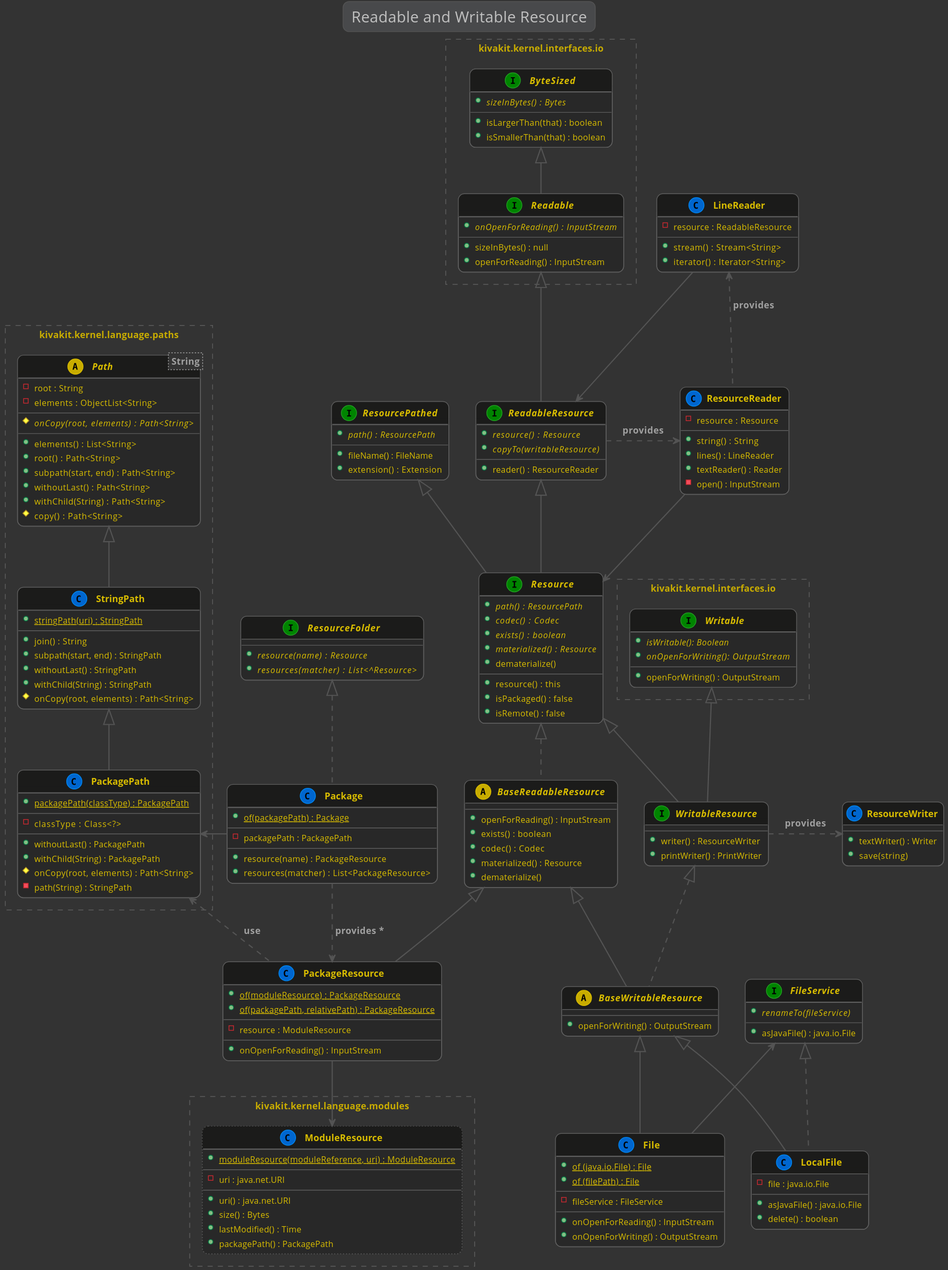
Before: documentation/uml/resource/readable-writable-resources-Readable_and_Writable_Resource.svg, a diagram exported from PlantUML (Telenav/kivakit). Its diagram source:
```plantuml
@startuml

    !include ../lexakai.theme

    title "Readable and Writable Resource"

    package kivakit.kernel.interfaces.io {
        interface ByteSized  {
            {abstract} + sizeInBytes() : Bytes
            ---
            + isLargerThan(that) : boolean
            + isSmallerThan(that) : boolean
        }

        interface Readable {
            {abstract} + onOpenForReading() : InputStream
            ---
            + sizeInBytes() : null
            + openForReading() : InputStream
        }

        Readable -up-^ ByteSized
    }

    package "kivakit.kernel.interfaces.io" as io {
        interface Writable {
            {abstract} + isWritable(): Boolean
            {abstract} + onOpenForWriting(): OutputStream
            ---
            + openForWriting() : OutputStream
        }

    }

    package kivakit.kernel.language.paths {
        abstract class Path<String> {
            - root : String
            - elements : ObjectList<String>
            ---
            {abstract} # onCopy(root, elements) : Path<String>
            ---
            + elements() : List<String>
            + root() : Path<String>
            + subpath(start, end) : Path<String>
            + withoutLast() : Path<String>
            + withChild(String) : Path<String>
            # copy() : Path<String>
        }

        class StringPath {
            {static} + stringPath(uri) : StringPath
            ---
            + join() : String
            + subpath(start, end) : StringPath
            + withoutLast() : StringPath
            + withChild(String) : StringPath
            # onCopy(root, elements) : Path<String>
        }

        class PackagePath {
            {static} + packagePath(classType) : PackagePath
            ---
            - classType : Class<?>
            ---
            + withoutLast() : PackagePath
            + withChild(String) : PackagePath
            # onCopy(root, elements) : Path<String>
            - path(String) : StringPath
        }

        StringPath -up-^ Path
        PackagePath -up-^ StringPath
    }

    package kivakit.kernel.language.modules {

        class ModuleResource ##[dotted] {
            {static} + moduleResource(moduleReference, uri) : ModuleResource
            ---
            - uri : java.net.URI
            ---
            + uri() : java.net.URI
            + size() : Bytes
            + lastModified() : Time
            + packagePath() : PackagePath
        }
    }


        interface ReadableResource {
            {abstract} + resource() : Resource
            {abstract} + copyTo(writableResource)
            ---
            + reader() : ResourceReader
        }

        interface ResourcePathed {
            {abstract} + path() : ResourcePath
            ---
            + fileName() : FileName
            + extension() : Extension
        }

        interface Resource {
            {abstract} + path() : ResourcePath
            {abstract} + codec() : Codec
            {abstract} + exists() : boolean
            {abstract} + materialized() : Resource
            + dematerialize()
            ---
            + resource() : this
            + isPackaged() : false
            + isRemote() : false
        }

        ReadableResource -up-^ Readable
        Resource -up-^ ResourcePathed
        Resource -up-^ ReadableResource

        ResourcePathed -right[hidden]- ReadableResource

        class LineReader {
            - resource : ReadableResource
            ---
            + stream() : Stream<String>
            + iterator() : Iterator<String>
        }

        class ResourceReader {
            - resource : Resource
            ---
            + string() : String
            + lines() : LineReader
            + textReader() : Reader
            - open() : InputStream
        }

        ReadableResource .right.> ResourceReader : provides
        ResourceReader .up.> LineReader : provides
        LineReader --> ReadableResource
        ResourceReader -down-> Resource
        ReadableResource .[hidden]- ResourceReader

        abstract class BaseReadableResource {
            + openForReading() : InputStream
            + exists() : boolean
            + codec() : Codec
            + materialized() : Resource
            + dematerialize()
        }

        class PackageResource {
            {static} + of(moduleResource) : PackageResource
            {static} + of(packagePath, relativePath) : PackageResource
            ---
            - resource : ModuleResource
            ---
            + onOpenForReading() : InputStream
        }

        BaseReadableResource .up.^ Resource
        PackageResource -up-^ BaseReadableResource

        interface WritableResource {
            + writer() : ResourceWriter
            + printWriter() : PrintWriter
        }

        abstract class BaseWritableResource {
            + openForWriting() : OutputStream
        }

        class ResourceWriter {
            + textWriter() : Writer
            + save(string)
        }

        WritableResource -up-^ Resource
        WritableResource -up-^ Writable
        BaseWritableResource -up-^ BaseReadableResource
        BaseWritableResource .up.^ WritableResource
        BaseReadableResource -right[hidden]- WritableResource

        WritableResource .right.> ResourceWriter : provides

        interface ResourceFolder {
            {abstract} + resource(name) : Resource
            {abstract} + resources(matcher) : List<^Resource>
        }

        class Package {
            {static} + of(packagePath) : Package
            ---
            - packagePath : PackagePath
            ---
            + resource(name) : PackageResource
            + resources(matcher) : List<PackageResource>
        }

        PackageResource .up.> PackagePath : use
        PackageResource --> ModuleResource
        Package ..> PackageResource : provides *
        Package .up.^ ResourceFolder
        Package -left-> PackagePath

        class File {
            + {static} of (java.io.File) : File
            + {static} of (filePath) : File
            ---
            - fileService : FileService
            ---
            + onOpenForReading() : InputStream
            + onOpenForWriting() : OutputStream
        }

        interface FileService {
            {abstract} + renameTo(fileService)
            ---
            + asJavaFile() : java.io.File
        }

        class LocalFile {
            - file : java.io.File
            + asJavaFile() : java.io.File
            + delete() : boolean
        }

        File -up-^ BaseWritableResource
        LocalFile .up.^ FileService
        LocalFile --[norank]^ BaseWritableResource
        File -up-> FileService
        BaseWritableResource -right[hidden]- FileService

@enduml
```
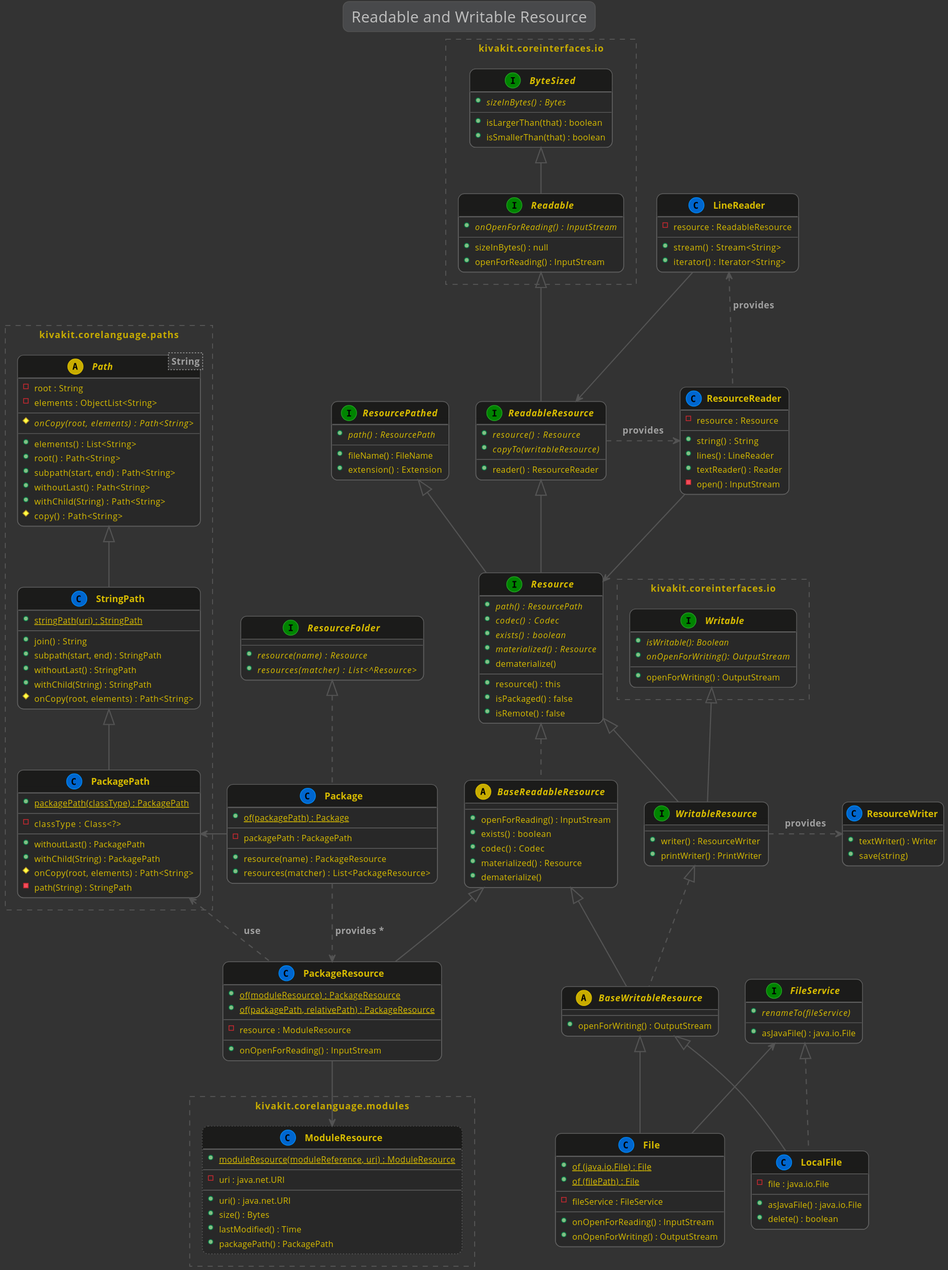
The same file after the commit.

Diff of the diagram source:
```diff
@@ -4,7 +4,7 @@
 
     title "Readable and Writable Resource"
 
-    package kivakit.kernel.interfaces.io {
+    package kivakit.coreinterfaces.io {
         interface ByteSized  {
             {abstract} + sizeInBytes() : Bytes
             ---
@@ -22,7 +22,7 @@
         Readable -up-^ ByteSized
     }
 
-    package "kivakit.kernel.interfaces.io" as io {
+    package "kivakit.coreinterfaces.io" as io {
         interface Writable {
             {abstract} + isWritable(): Boolean
             {abstract} + onOpenForWriting(): OutputStream
@@ -32,7 +32,7 @@
 
     }
 
-    package kivakit.kernel.language.paths {
+    package kivakit.corelanguage.paths {
         abstract class Path<String> {
             - root : String
             - elements : ObjectList<String>
@@ -72,7 +72,7 @@
         PackagePath -up-^ StringPath
     }
 
-    package kivakit.kernel.language.modules {
+    package kivakit.corelanguage.modules {
 
         class ModuleResource ##[dotted] {
             {static} + moduleResource(moduleReference, uri) : ModuleResource
```
